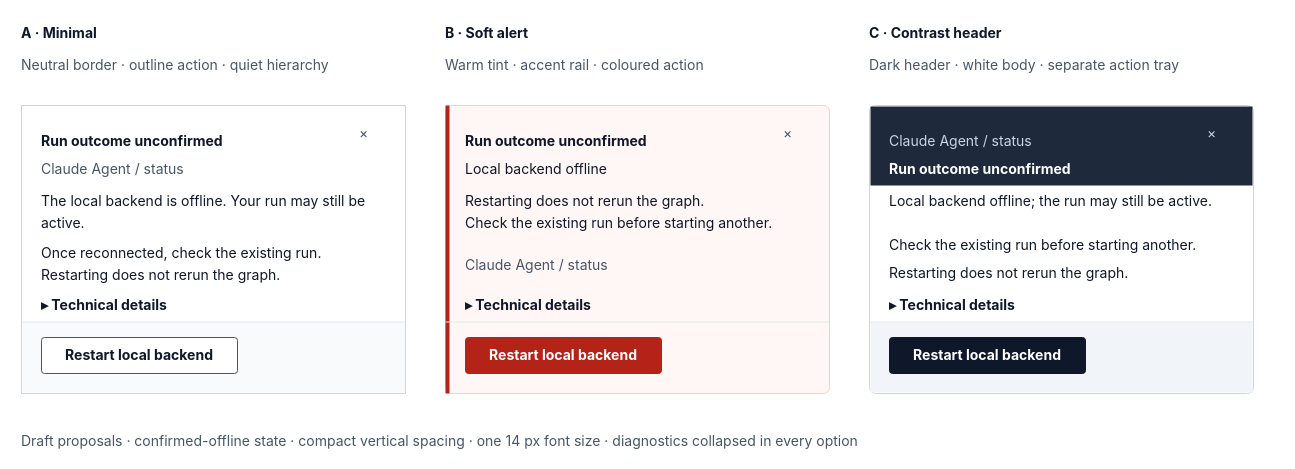
This is page "Three compact alternatives" (1 of 5) of projects/laomedo/subsystems/agent-execution/design/local-runner-recovery.drawio from amadou-6e/specs, a draw.io file, before an edit. Source tidied: cells renumbered, new cells numbered last; positions are measured from the earlier drawing's top-left corner, leaving out a move shared by most shapes. Both pictures are drawn from the tidied source at 100%, with x=0, y=0 at pixel (21, 17).
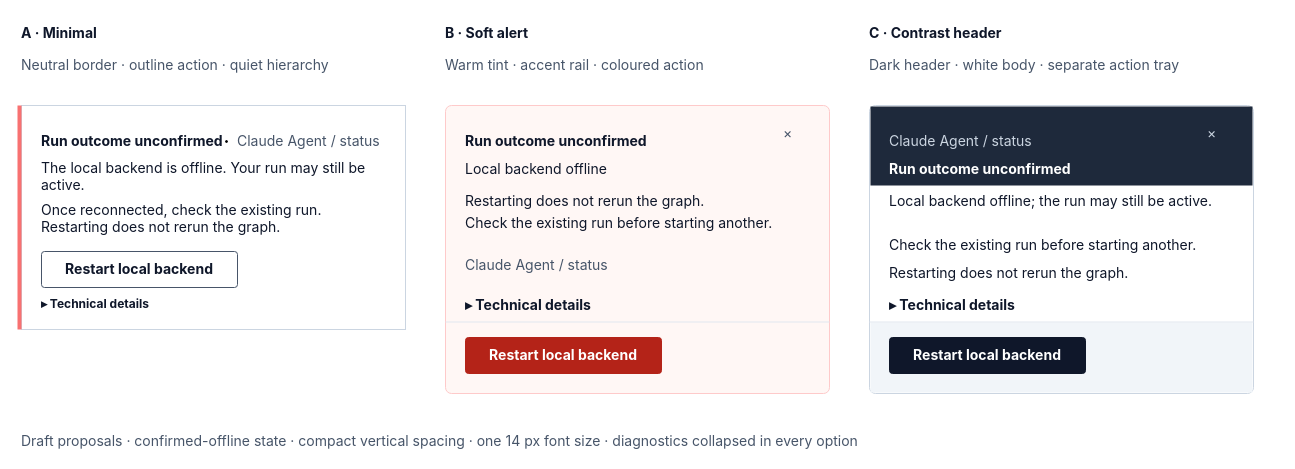
Above is the later version.

Commit message:
Preserve refined A layout and soften its red accent

Diff of the diagram source:
```diff
@@
     <mxCell id="4" style="fontFamily=Inter,Arial,sans-serif;fontSize=14;whiteSpace=wrap;html=1;rounded=0;arcSize=8;absoluteArcSize=1;fillColor=#FFFFFF;strokeColor=#CBD5E1;" parent="1" vertex="1">
-      <mxGeometry y="88" width="384" height="288" as="geometry" />
+      <mxGeometry y="88" width="384" height="224" as="geometry" />
     </mxCell>
-    <mxCell id="5" style="fillColor=#F8FAFC;strokeColor=none;" parent="1" vertex="1">
-      <mxGeometry x="1" y="305" width="382" height="70" as="geometry" />
-    </mxCell>
-    <mxCell id="6" value="&lt;div style=&quot;line-height:22px;&quot;&gt;×&lt;/div&gt;" style="fontFamily=Inter,Arial,sans-serif;fontSize=14;whiteSpace=wrap;html=1;text;strokeColor=none;fillColor=none;align=left;verticalAlign=top;spacing=0;fontColor=#475569;fontStyle=0;" parent="1" vertex="1">
-      <mxGeometry x="338" y="100" width="32" height="32" as="geometry" />
-    </mxCell>
@@
-    <mxCell id="10" style="fillColor=#B42318;strokeColor=none;" parent="1" vertex="1">
-      <mxGeometry x="424" y="88" width="4" height="288" as="geometry" />
+    <mxCell id="10" style="fillColor=#F87171;strokeColor=none;" parent="1" vertex="1">
+      <mxGeometry x="-4" y="88" width="4" height="224" as="geometry" />
     </mxCell>
@@
     <mxCell id="19" value="&lt;div style=&quot;line-height:22px;&quot;&gt;Claude Agent / status&lt;/div&gt;" style="fontFamily=Inter,Arial,sans-serif;fontSize=14;whiteSpace=wrap;html=1;text;strokeColor=none;fillColor=none;align=left;verticalAlign=top;spacing=0;fontColor=#475569;fontStyle=0;" parent="1" vertex="1">
-      <mxGeometry x="20" y="136" width="344" height="24" as="geometry" />
+      <mxGeometry x="216" y="108" width="344" height="24" as="geometry" />
     </mxCell>
-    <mxCell id="20" value="&lt;div style=&quot;line-height:22px;&quot;&gt;The local backend is offline. Your run may still be active.&lt;/div&gt;" style="fontFamily=Inter,Arial,sans-serif;fontSize=14;whiteSpace=wrap;html=1;text;strokeColor=none;fillColor=none;align=left;verticalAlign=top;spacing=0;fontColor=#0F172A;fontStyle=0;" parent="1" vertex="1">
-      <mxGeometry x="20" y="168" width="344" height="48" as="geometry" />
+    <mxCell id="20" value="&lt;div&gt;The local backend is offline. Your run may still be active.&lt;/div&gt;" style="fontFamily=Inter,Arial,sans-serif;fontSize=14;whiteSpace=wrap;html=1;text;strokeColor=none;fillColor=none;align=left;verticalAlign=top;spacing=0;fontColor=#0F172A;fontStyle=0;" parent="1" vertex="1">
+      <mxGeometry x="20" y="138" width="344" height="48" as="geometry" />
     </mxCell>
     <mxCell id="21" value="Restart local backend" style="fontFamily=Inter,Arial,sans-serif;fontSize=14;whiteSpace=wrap;html=1;rounded=1;arcSize=6;absoluteArcSize=1;fillColor=#FFFFFF;strokeColor=#475569;fontColor=#0F172A;fontStyle=1;align=center;verticalAlign=middle;" parent="1" vertex="1">
-      <mxGeometry x="20" y="320" width="196" height="36" as="geometry" />
+      <mxGeometry x="20" y="234" width="196" height="36" as="geometry" />
     </mxCell>
-    <mxCell id="22" value="&lt;div style=&quot;line-height:22px;&quot;&gt;Once reconnected, check the existing run.&lt;br&gt;Restarting does not rerun the graph.&lt;/div&gt;" style="fontFamily=Inter,Arial,sans-serif;fontSize=14;whiteSpace=wrap;html=1;text;strokeColor=none;fillColor=none;align=left;verticalAlign=top;spacing=0;fontColor=#0F172A;fontStyle=0;" parent="1" vertex="1">
-      <mxGeometry x="20" y="220" width="344" height="44" as="geometry" />
+    <mxCell id="22" value="&lt;div&gt;Once reconnected, check the existing run.&lt;br&gt;Restarting does not rerun the graph.&lt;/div&gt;" style="fontFamily=Inter,Arial,sans-serif;fontSize=14;whiteSpace=wrap;html=1;text;strokeColor=none;fillColor=none;align=left;verticalAlign=top;spacing=0;fontColor=#0F172A;fontStyle=0;" parent="1" vertex="1">
+      <mxGeometry x="20" y="180" width="344" height="44" as="geometry" />
     </mxCell>
-    <mxCell id="23" value="&lt;div style=&quot;line-height:22px;&quot;&gt;▸ Technical details&lt;/div&gt;" style="fontFamily=Inter,Arial,sans-serif;fontSize=14;whiteSpace=wrap;html=1;text;strokeColor=none;fillColor=none;align=left;verticalAlign=top;spacing=0;fontColor=#0F172A;fontStyle=1;" parent="1" vertex="1">
-      <mxGeometry x="20" y="272" width="344" height="24" as="geometry" />
+    <mxCell id="23" value="&lt;div style=&quot;line-height:22px;&quot;&gt;&lt;font style=&quot;font-size: 12px;&quot;&gt;▸ Technical details&lt;/font&gt;&lt;/div&gt;" style="fontFamily=Inter,Arial,sans-serif;fontSize=14;whiteSpace=wrap;html=1;text;strokeColor=none;fillColor=none;align=left;verticalAlign=top;spacing=0;fontColor=#0F172A;fontStyle=1;" parent="1" vertex="1">
+      <mxGeometry x="20" y="270" width="344" height="24" as="geometry" />
     </mxCell>
@@
-    <mxCell id="38" style="fillColor=#E2E8F0;strokeColor=none;" parent="1" vertex="1">
-      <mxGeometry y="304" width="384" height="1" as="geometry" />
-    </mxCell>
@@
+    <mxCell id="41" style="ellipse;whiteSpace=wrap;html=1;shapeInside=1;fillColor=#000000;" parent="1" vertex="1">
+      <mxGeometry x="204" y="123" width="2" height="2" as="geometry" />
+    </mxCell>
```
